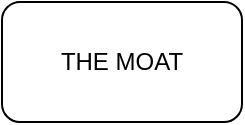
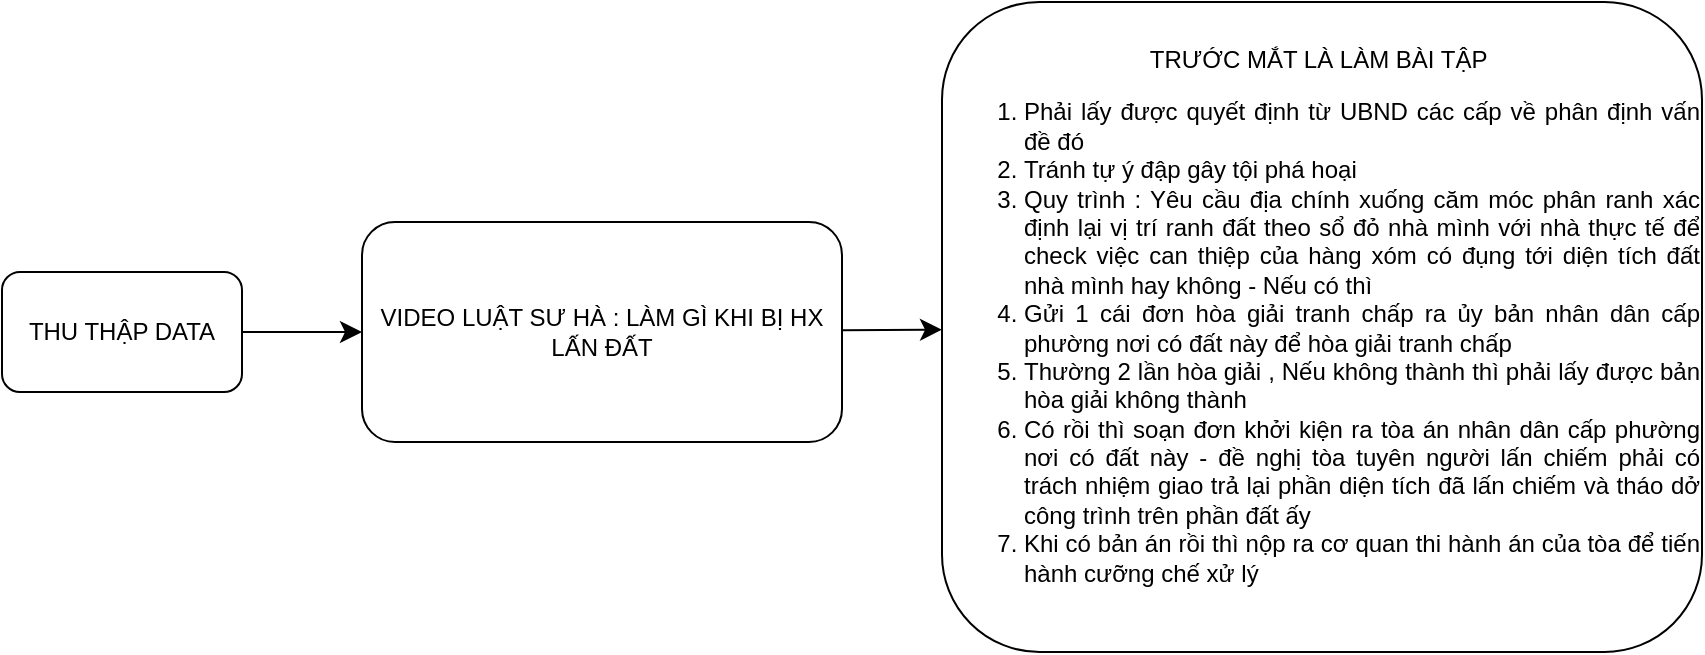
<mxfile host="app.diagrams.net">
  <diagram name="Trang-1" id="99K3k6i0hp_J4AZAw7qn">
-     <mxGraphModel dx="660" dy="626" grid="1" gridSize="10" guides="1" tooltips="1" connect="1" arrows="1" fold="1" page="1" pageScale="1" pageWidth="827" pageHeight="1169" math="0" shadow="0">
+     <mxGraphModel dx="1015" dy="963" grid="1" gridSize="10" guides="1" tooltips="1" connect="1" arrows="1" fold="1" page="1" pageScale="1" pageWidth="827" pageHeight="1169" math="0" shadow="0">
      <root>
        <mxCell id="0" />
        <mxCell id="1" parent="0" />
-         <mxCell id="3oMhcfcnhV4ZUp0FiG-B-1" parent="1" style="rounded=1;whiteSpace=wrap;html=1;" value="THE MOAT" vertex="1">
+         <mxCell id="Hifaieis5Mk0LkOP5z_K-2" edge="1" parent="1" source="3oMhcfcnhV4ZUp0FiG-B-1" style="edgeStyle=none;curved=1;rounded=0;orthogonalLoop=1;jettySize=auto;html=1;fontSize=12;startSize=8;endSize=8;" target="Hifaieis5Mk0LkOP5z_K-1" value="">
+           <mxGeometry relative="1" as="geometry" />
+         </mxCell>
+         <mxCell id="3oMhcfcnhV4ZUp0FiG-B-1" parent="1" style="rounded=1;whiteSpace=wrap;html=1;" value="THU THẬP DATA" vertex="1">
          <mxGeometry height="60" width="120" x="130" y="210" as="geometry" />
+         </mxCell>
+         <mxCell id="Hifaieis5Mk0LkOP5z_K-4" edge="1" parent="1" source="Hifaieis5Mk0LkOP5z_K-1" style="edgeStyle=none;curved=1;rounded=0;orthogonalLoop=1;jettySize=auto;html=1;fontSize=12;startSize=8;endSize=8;" target="Hifaieis5Mk0LkOP5z_K-3" value="">
+           <mxGeometry relative="1" as="geometry" />
+         </mxCell>
+         <mxCell id="Hifaieis5Mk0LkOP5z_K-1" parent="1" style="whiteSpace=wrap;html=1;rounded=1;" value="VIDEO LUẬT SƯ HÀ : LÀM GÌ KHI BỊ HX LẤN ĐẤT" vertex="1">
+           <mxGeometry height="110" width="240" x="310" y="185" as="geometry" />
+         </mxCell>
+         <mxCell id="Hifaieis5Mk0LkOP5z_K-3" parent="1" style="whiteSpace=wrap;html=1;rounded=1;align=center;" value="&lt;span style=&quot;background-color: transparent; color: light-dark(rgb(0, 0, 0), rgb(255, 255, 255));&quot;&gt;TRƯỚC MẮT LÀ LÀM BÀI TẬP&amp;nbsp;&lt;/span&gt;&lt;br&gt;&lt;div style=&quot;text-align: justify;&quot;&gt;&lt;ol&gt;&lt;li&gt;&lt;span style=&quot;background-color: transparent; color: light-dark(rgb(0, 0, 0), rgb(255, 255, 255));&quot;&gt;Phải lấy được quyết định từ UBND các cấp về phân định vấn đề đó&lt;/span&gt;&lt;/li&gt;&lt;li&gt;&lt;span style=&quot;background-color: transparent; color: light-dark(rgb(0, 0, 0), rgb(255, 255, 255));&quot;&gt;Tránh tự ý đập gây tội phá hoại&amp;nbsp;&lt;br&gt;&lt;/span&gt;&lt;/li&gt;&lt;li&gt;Quy trình : Yêu cầu địa chính xuống căm móc phân ranh xác định lại vị trí ranh đất theo sổ đỏ nhà mình với nhà thực tế để check việc can thiệp của hàng xóm có đụng tới diện tích đất nhà mình hay không - Nếu có thì&amp;nbsp;&lt;br&gt;&lt;/li&gt;&lt;li&gt;Gửi 1 cái đơn hòa giải tranh chấp ra ủy bản nhân dân cấp phường nơi có đất này để hòa giải tranh chấp&lt;br&gt;&lt;/li&gt;&lt;li&gt;Thường 2 lần hòa giải , Nếu không thành thì phải lấy được bản hòa giải không thành&amp;nbsp;&lt;br&gt;&lt;/li&gt;&lt;li&gt;Có rồi thì soạn đơn khởi kiện ra tòa án nhân dân cấp phường nơi có đất này - đề nghị tòa tuyên người lấn chiếm phải có trách nhiệm giao trả lại phần diện tích đã lấn chiếm và tháo dở công trình trên phần đất ấy&lt;br&gt;&lt;/li&gt;&lt;li&gt;Khi có bản án rồi thì nộp ra cơ quan thi hành án của tòa để tiến hành cưỡng chế xử lý&lt;/li&gt;&lt;/ol&gt;&lt;/div&gt;" vertex="1">
+           <mxGeometry height="325" width="380" x="600" y="75" as="geometry" />
        </mxCell>
      </root>
    </mxGraphModel>
  </diagram>
</mxfile>
